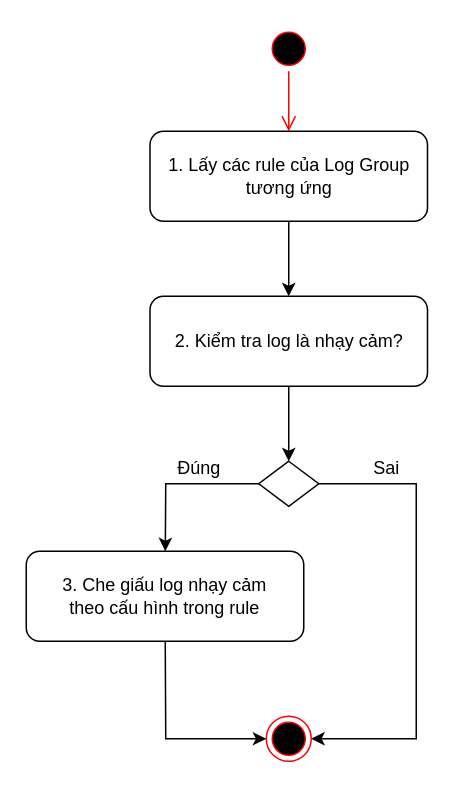
hiep1097/drawio keeps this draw.io diagram as page "Trang-1" (1 of 5) of data masking.drawio. Above is the earlier version. Source tidied: cells renumbered, new cells numbered last; positions are measured from the earlier drawing's top-left corner, leaving out a move shared by most shapes. Both pictures are drawn from the tidied source at 150%, with x=0, y=0 at pixel (26, 26).
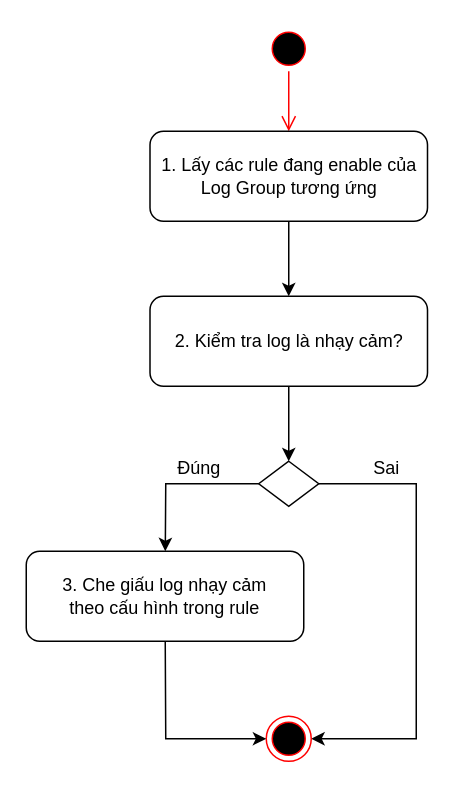
Above is the later version.

Commit message:
Cập nhật data masking.drawio

Diff of the diagram source:
```diff
@@
-    <mxCell id="4" value="1. Lấy các rule&amp;nbsp;của Log Group tương ứng" style="rounded=1;whiteSpace=wrap;html=1;" parent="1" vertex="1">
+    <mxCell id="4" value="1. Lấy các rule đang enable của Log Group tương ứng" style="rounded=1;whiteSpace=wrap;html=1;" parent="1" vertex="1">
       <mxGeometry x="82.5" y="70" width="185" height="60" as="geometry" />
     </mxCell>
```
